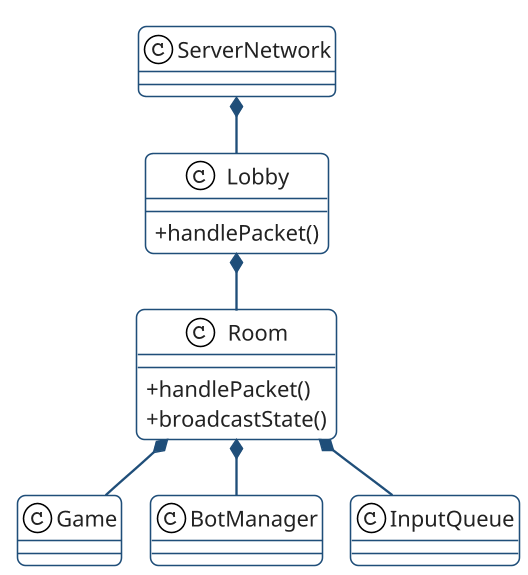
This is Rapport/UML/PacMan_UML_Server_mini_2 zoomRoom.png from thomasctn/Projet_PacMan_En_Reseau, a PlantUML export, as it was before one commit.
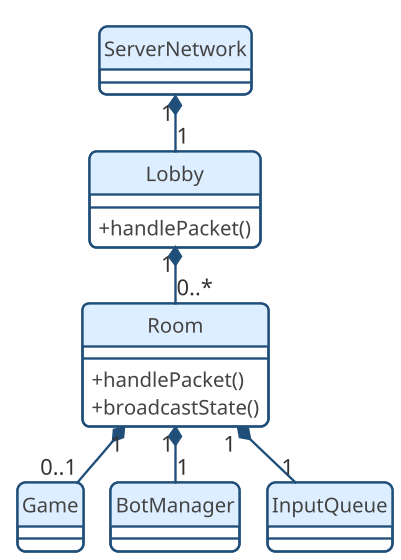
The same diagram one commit later.

Change to the diagram source:
```diff
@@ -32,12 +32,11 @@
 class BotManager {
 }
 
-ServerNetwork *-- Lobby
-Lobby *-- Room
-Room *-- Game
-Room *-- BotManager
-Room *-- InputQueue
+ServerNetwork "1" *-- "1" Lobby
 
-
+Lobby "1" *-- "0..*" Room
+Room "1" *-- "0..1" Game
+Room "1" *-- "1" BotManager
+Room "1" *-- "1" InputQueue
 
 @enduml
```
